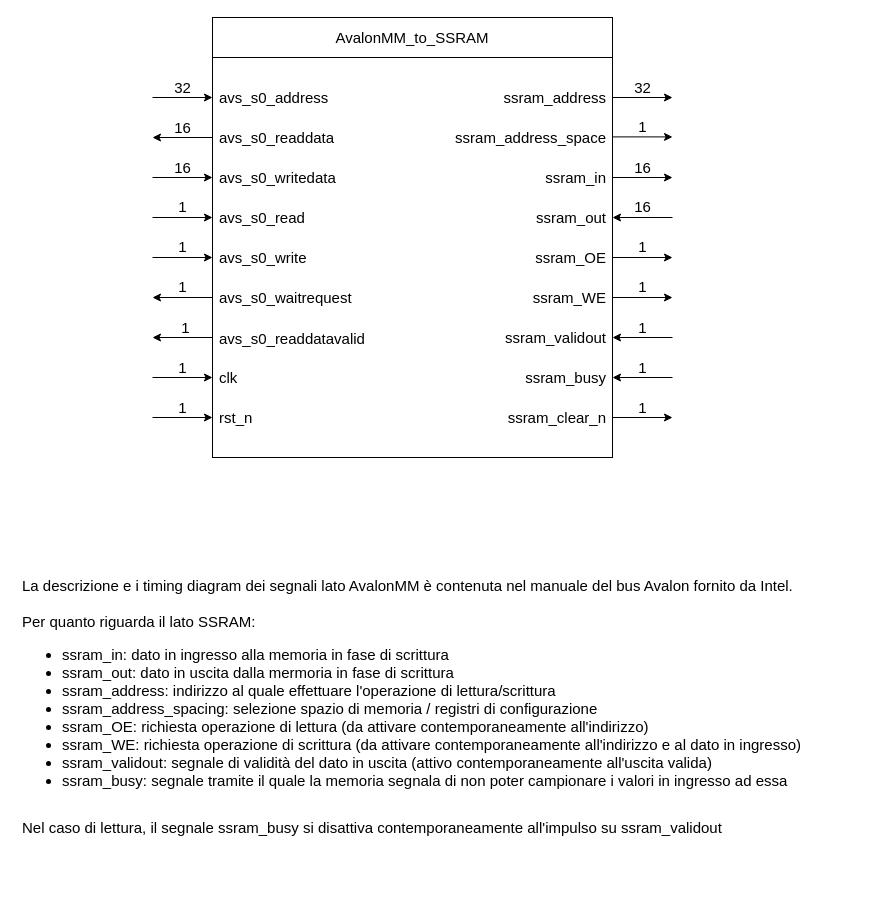
The draw.io diagram page "AvalonMM_to_SSRAM" (1 of 4) of IP_cores/AvalonMM_to_hRAM/AvalonMM_to_SSRAM_v2/rtl/AvalonMM_to_SSRAM.drawio in AndreaBononi/IP_cores, before the edit. Source tidied: cells renumbered, new cells numbered last; positions are measured from the earlier drawing's top-left corner, leaving out a move shared by most shapes. Both pictures are drawn from the tidied source at 100%, with x=0, y=0 at pixel (17, 17).
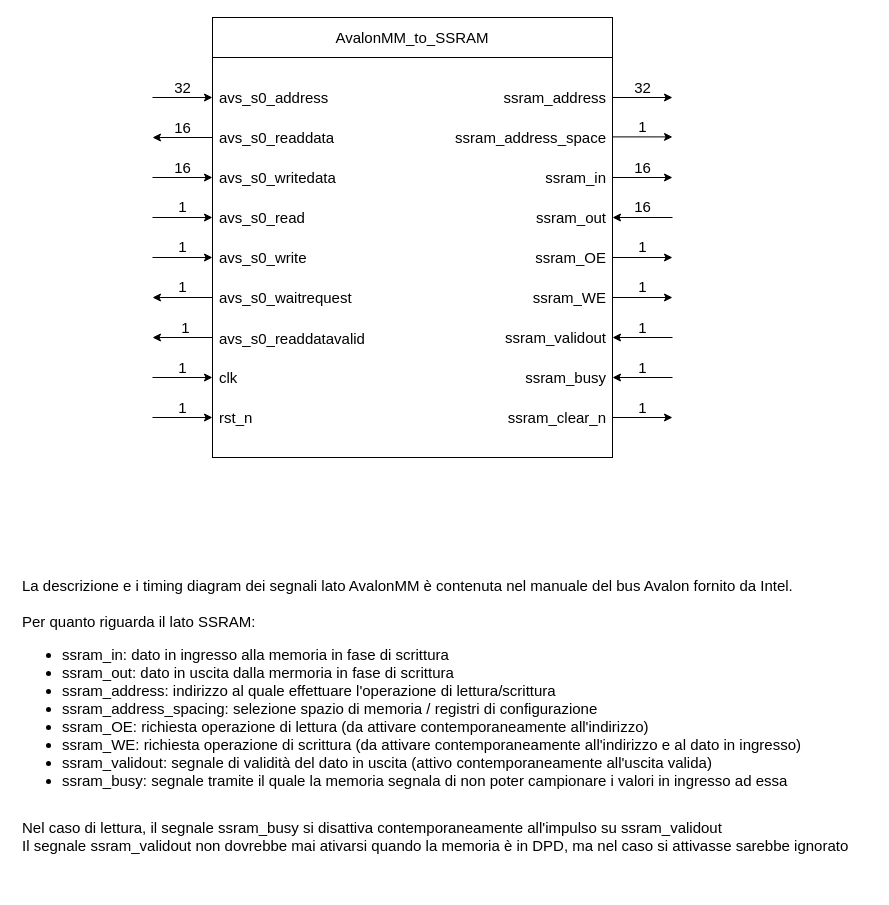
The same page after the edit.

Commit message (it also covers changes not shown here):
new version of AvalonMM to SSRAM part 3

Change to the diagram source:
```diff
@@
-    <mxCell id="58" value="&lt;div&gt;&lt;font style=&quot;font-size: 15px;&quot;&gt;La descrizione e i timing diagram dei segnali lato AvalonMM è contenuta nel manuale del bus Avalon fornito da Intel.&lt;/font&gt;&lt;/div&gt;&lt;div&gt;&lt;font style=&quot;font-size: 15px;&quot;&gt;&lt;br&gt;&lt;/font&gt;&lt;/div&gt;&lt;div&gt;&lt;font style=&quot;font-size: 15px;&quot;&gt;Per quanto riguarda il lato SSRAM:&lt;/font&gt;&lt;/div&gt;&lt;div style=&quot;font-size: 15px;&quot;&gt;&lt;ul&gt;&lt;li&gt;ssram_in: dato in ingresso alla memoria in fase di scrittura&lt;/li&gt;&lt;li&gt;ssram_out: dato in uscita dalla mermoria in fase di scrittura&lt;/li&gt;&lt;li&gt;ssram_address: indirizzo al quale effettuare l'operazione di lettura/scrittura&lt;/li&gt;&lt;li&gt;ssram_address_spacing: selezione spazio di memoria / registri di configurazione&lt;br&gt;&lt;/li&gt;&lt;li&gt;ssram_OE: richiesta operazione di lettura (da attivare contemporaneamente all'indirizzo)&lt;/li&gt;&lt;li&gt;ssram_WE: richiesta operazione di scrittura (da attivare contemporaneamente all'indirizzo e al dato in ingresso)&lt;/li&gt;&lt;li&gt;ssram_validout: segnale di validità del dato in uscita (attivo contemporaneamente all'uscita valida)&lt;br&gt;&lt;/li&gt;&lt;li&gt;ssram_busy: segnale tramite il quale la memoria segnala di non poter campionare i valori in ingresso ad essa&lt;/li&gt;&lt;/ul&gt;&lt;/div&gt;&lt;div&gt;&lt;br&gt;&lt;/div&gt;&lt;div style=&quot;font-size: 15px;&quot;&gt;Nel caso di lettura, il segnale ssram_busy si disattiva contemporaneamente all'impulso su ssram_validout&lt;br&gt;&lt;/div&gt;" style="text;html=1;strokeColor=none;fillColor=none;spacing=5;spacingTop=-20;whiteSpace=wrap;overflow=hidden;rounded=0;" parent="1" vertex="1">
-      <mxGeometry y="570" width="790" height="300" as="geometry" />
+    <mxCell id="58" value="&lt;div&gt;&lt;font style=&quot;font-size: 15px;&quot;&gt;La descrizione e i timing diagram dei segnali lato AvalonMM è contenuta nel manuale del bus Avalon fornito da Intel.&lt;/font&gt;&lt;/div&gt;&lt;div&gt;&lt;font style=&quot;font-size: 15px;&quot;&gt;&lt;br&gt;&lt;/font&gt;&lt;/div&gt;&lt;div&gt;&lt;font style=&quot;font-size: 15px;&quot;&gt;Per quanto riguarda il lato SSRAM:&lt;/font&gt;&lt;/div&gt;&lt;div style=&quot;font-size: 15px;&quot;&gt;&lt;ul&gt;&lt;li&gt;ssram_in: dato in ingresso alla memoria in fase di scrittura&lt;/li&gt;&lt;li&gt;ssram_out: dato in uscita dalla mermoria in fase di scrittura&lt;/li&gt;&lt;li&gt;ssram_address: indirizzo al quale effettuare l'operazione di lettura/scrittura&lt;/li&gt;&lt;li&gt;ssram_address_spacing: selezione spazio di memoria / registri di configurazione&lt;br&gt;&lt;/li&gt;&lt;li&gt;ssram_OE: richiesta operazione di lettura (da attivare contemporaneamente all'indirizzo)&lt;/li&gt;&lt;li&gt;ssram_WE: richiesta operazione di scrittura (da attivare contemporaneamente all'indirizzo e al dato in ingresso)&lt;/li&gt;&lt;li&gt;ssram_validout: segnale di validità del dato in uscita (attivo contemporaneamente all'uscita valida)&lt;br&gt;&lt;/li&gt;&lt;li&gt;ssram_busy: segnale tramite il quale la memoria segnala di non poter campionare i valori in ingresso ad essa&lt;/li&gt;&lt;/ul&gt;&lt;/div&gt;&lt;div&gt;&lt;br&gt;&lt;/div&gt;&lt;div style=&quot;font-size: 15px;&quot;&gt;Nel caso di lettura, il segnale ssram_busy si disattiva contemporaneamente all'impulso su ssram_validout&lt;/div&gt;&lt;div style=&quot;font-size: 15px;&quot;&gt;Il segnale ssram_validout non dovrebbe mai ativarsi quando la memoria è in DPD, ma nel caso si attivasse sarebbe ignorato&lt;br&gt;&lt;/div&gt;" style="text;html=1;strokeColor=none;fillColor=none;spacing=5;spacingTop=-20;whiteSpace=wrap;overflow=hidden;rounded=0;" parent="1" vertex="1">
+      <mxGeometry y="570" width="855" height="300" as="geometry" />
     </mxCell>
```
